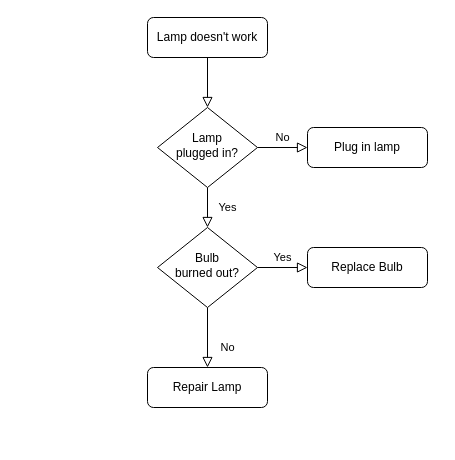
Above: diagramm/Untitled Diagram.drawio in Saint-Paulin/drawio (draw.io), before the change. Source tidied: cells renumbered, new cells numbered last; positions are measured from the earlier drawing's top-left corner, leaving out a move shared by most shapes. Both pictures are drawn from the tidied source at 100%, with x=0, y=0 at pixel (147, 17).
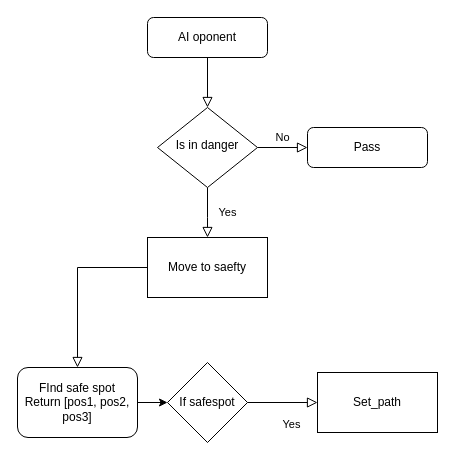
After the change.

The edit, as a diff of the source:
```diff
@@
 <mxGraphModel>
   <root>
     <mxCell id="0" />
     <mxCell id="1" parent="0" />
     <mxCell id="2" style="rounded=0;html=1;jettySize=auto;fontSize=11;endArrow=block;endFill=0;endSize=8;strokeWidth=1;shadow=0;labelBackgroundColor=none;edgeStyle=orthogonalEdgeStyle;" parent="1" edge="1" source="3" target="6">
       <mxGeometry relative="1" as="geometry" />
     </mxCell>
-    <mxCell id="3" value="Lamp doesn't work" style="rounded=1;whiteSpace=wrap;html=1;fontSize=12;glass=0;strokeWidth=1;shadow=0;" parent="1" vertex="1">
+    <mxCell id="3" value="AI oponent" style="rounded=1;whiteSpace=wrap;html=1;fontSize=12;glass=0;strokeWidth=1;shadow=0;" parent="1" vertex="1">
       <mxGeometry width="120" height="40" as="geometry" />
     </mxCell>
-    <mxCell id="4" value="Yes" style="rounded=0;html=1;jettySize=auto;fontSize=11;endArrow=block;endFill=0;endSize=8;strokeWidth=1;shadow=0;labelBackgroundColor=none;edgeStyle=orthogonalEdgeStyle;" parent="1" edge="1" source="6" target="10">
-      <mxGeometry y="20" relative="1" as="geometry" />
+    <mxCell id="4" value="Yes" style="rounded=0;html=1;jettySize=auto;fontSize=11;endArrow=block;endFill=0;endSize=8;strokeWidth=1;shadow=0;labelBackgroundColor=none;edgeStyle=orthogonalEdgeStyle;" parent="1" edge="1" source="6" target="14">
+      <mxGeometry y="20" relative="1" as="geometry">
+        <Array as="points">
+          <mxPoint x="60" y="200" />
+          <mxPoint x="60" y="200" />
+        </Array>
+      </mxGeometry>
     </mxCell>
     <mxCell id="5" value="No" style="edgeStyle=orthogonalEdgeStyle;rounded=0;html=1;jettySize=auto;fontSize=11;endArrow=block;endFill=0;endSize=8;strokeWidth=1;shadow=0;labelBackgroundColor=none;" parent="1" edge="1" source="6" target="7">
       <mxGeometry y="10" relative="1" as="geometry" />
     </mxCell>
-    <mxCell id="6" value="Lamp&lt;br&gt;plugged in?" style="rhombus;whiteSpace=wrap;html=1;shadow=0;fontFamily=Helvetica;fontSize=12;align=center;strokeWidth=1;spacing=6;spacingTop=-4;" parent="1" vertex="1">
+    <mxCell id="6" value="Is in danger" style="rhombus;whiteSpace=wrap;html=1;shadow=0;fontFamily=Helvetica;fontSize=12;align=center;strokeWidth=1;spacing=6;spacingTop=-4;" parent="1" vertex="1">
       <mxGeometry x="10" y="90" width="100" height="80" as="geometry" />
     </mxCell>
-    <mxCell id="7" value="Plug in lamp" style="rounded=1;whiteSpace=wrap;html=1;fontSize=12;glass=0;strokeWidth=1;shadow=0;" parent="1" vertex="1">
+    <mxCell id="7" value="Pass" style="rounded=1;whiteSpace=wrap;html=1;fontSize=12;glass=0;strokeWidth=1;shadow=0;" parent="1" vertex="1">
       <mxGeometry x="160" y="110" width="120" height="40" as="geometry" />
     </mxCell>
-    <mxCell id="8" value="No" style="rounded=0;html=1;jettySize=auto;fontSize=11;endArrow=block;endFill=0;endSize=8;strokeWidth=1;shadow=0;labelBackgroundColor=none;edgeStyle=orthogonalEdgeStyle;" parent="1" edge="1" source="10" target="11">
-      <mxGeometry x="0.33" y="20" relative="1" as="geometry" />
+    <mxCell id="8" value="&lt;div&gt;&lt;br&gt;&lt;/div&gt;" style="rounded=0;html=1;jettySize=auto;fontSize=11;endArrow=block;endFill=0;endSize=8;strokeWidth=1;shadow=0;labelBackgroundColor=none;edgeStyle=orthogonalEdgeStyle;" parent="1" edge="1" source="14" target="11">
+      <mxGeometry x="0.06" y="20" relative="1" as="geometry" />
     </mxCell>
+    <mxCell id="13" style="edgeStyle=orthogonalEdgeStyle;rounded=0;jettySize=auto;html=1;" parent="1" edge="1" source="11" target="15">
+      <mxGeometry relative="1" as="geometry" />
+    </mxCell>
+    <mxCell id="11" value="&lt;div&gt;FInd safe spot&lt;/div&gt;&lt;div&gt;Return [pos1, pos2, pos3]&lt;/div&gt;" style="rounded=1;whiteSpace=wrap;html=1;fontSize=12;glass=0;strokeWidth=1;shadow=0;" parent="1" vertex="1">
+      <mxGeometry x="-130" y="350" width="120" height="70" as="geometry" />
+    </mxCell>
+    <mxCell id="14" value="Move to saefty" style="rounded=0;whiteSpace=wrap;html=1;" parent="1" vertex="1">
+      <mxGeometry y="220" width="120" height="60" as="geometry" />
+    </mxCell>
+    <mxCell id="15" value="If safespot" style="rhombus;whiteSpace=wrap;html=1;" parent="1" vertex="1">
+      <mxGeometry x="20" y="345" width="80" height="80" as="geometry" />
+    </mxCell>
+    <mxCell id="16" value="&lt;div&gt;&lt;br&gt;&lt;/div&gt;" style="rounded=0;html=1;jettySize=auto;fontSize=11;endArrow=block;endFill=0;endSize=8;strokeWidth=1;shadow=0;labelBackgroundColor=none;edgeStyle=orthogonalEdgeStyle;" parent="1" edge="1" source="15" target="17">
+      <mxGeometry x="0.06" y="20" relative="1" as="geometry" />
+    </mxCell>
-    <mxCell id="9" value="Yes" style="edgeStyle=orthogonalEdgeStyle;rounded=0;html=1;jettySize=auto;fontSize=11;endArrow=block;endFill=0;endSize=8;strokeWidth=1;shadow=0;labelBackgroundColor=none;" parent="1" edge="1" source="10" target="12">
-      <mxGeometry y="10" relative="1" as="geometry" />
+    <mxCell id="9" value="&lt;div&gt;Yes&lt;/div&gt;" style="edgeLabel;html=1;align=center;verticalAlign=middle;" parent="16" vertex="1">
+      <mxGeometry x="0.24" y="-21" relative="1" as="geometry" />
     </mxCell>
-    <mxCell id="10" value="Bulb&lt;br&gt;burned out?" style="rhombus;whiteSpace=wrap;html=1;shadow=0;fontFamily=Helvetica;fontSize=12;align=center;strokeWidth=1;spacing=6;spacingTop=-4;" parent="1" vertex="1">
-      <mxGeometry x="10" y="210" width="100" height="80" as="geometry" />
-    </mxCell>
-    <mxCell id="11" value="Repair Lamp" style="rounded=1;whiteSpace=wrap;html=1;fontSize=12;glass=0;strokeWidth=1;shadow=0;" parent="1" vertex="1">
-      <mxGeometry y="350" width="120" height="40" as="geometry" />
-    </mxCell>
-    <mxCell id="12" value="Replace Bulb" style="rounded=1;whiteSpace=wrap;html=1;fontSize=12;glass=0;strokeWidth=1;shadow=0;" parent="1" vertex="1">
-      <mxGeometry x="160" y="230" width="120" height="40" as="geometry" />
-    </mxCell>
+    <mxCell id="17" value="&lt;div&gt;Set_path&lt;/div&gt;" style="rounded=0;whiteSpace=wrap;html=1;" parent="1" vertex="1">
+      <mxGeometry x="170" y="355" width="120" height="60" as="geometry" />
+    </mxCell>
   </root>
 </mxGraphModel>
```
